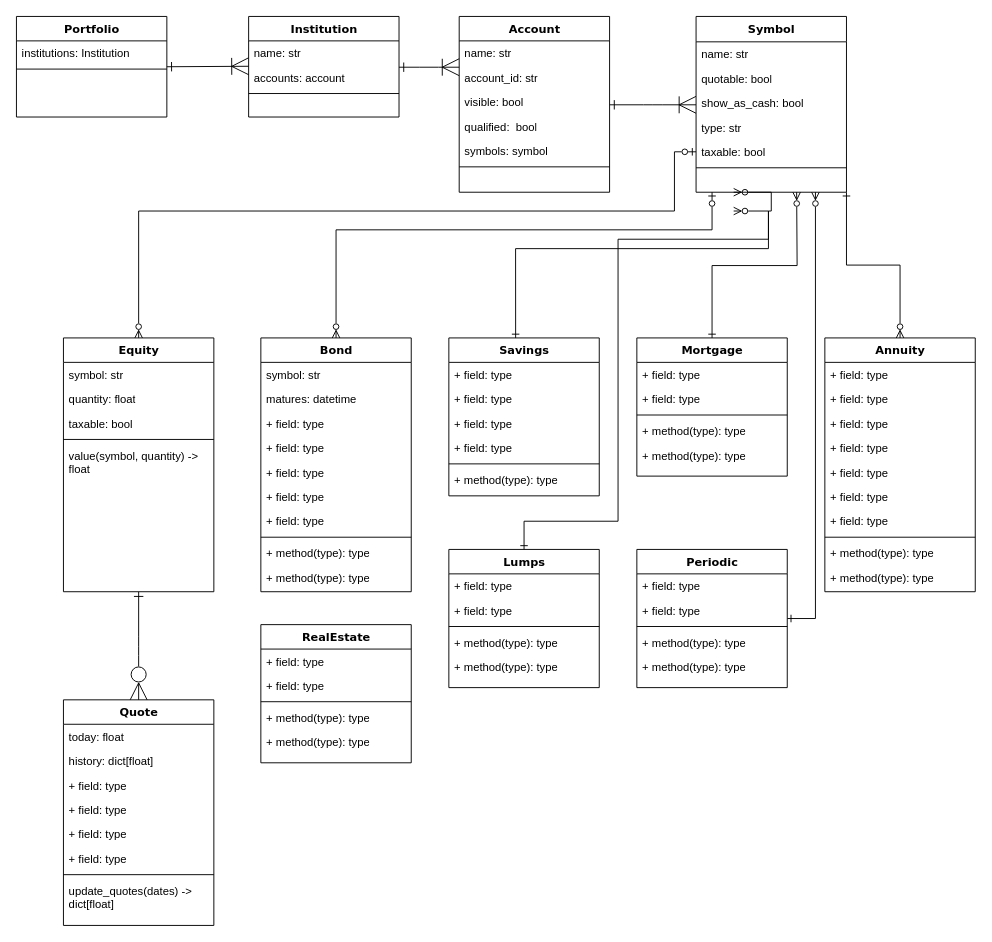
The draw.io diagram Documentation/DataModel.drawio in labroid/retirement_planner, before the edit. Source tidied: cells renumbered, new cells numbered last; positions are measured from the earlier drawing's top-left corner, leaving out a move shared by most shapes. Both pictures are drawn from the tidied source at 94%, with x=0, y=0 at pixel (16, 16).
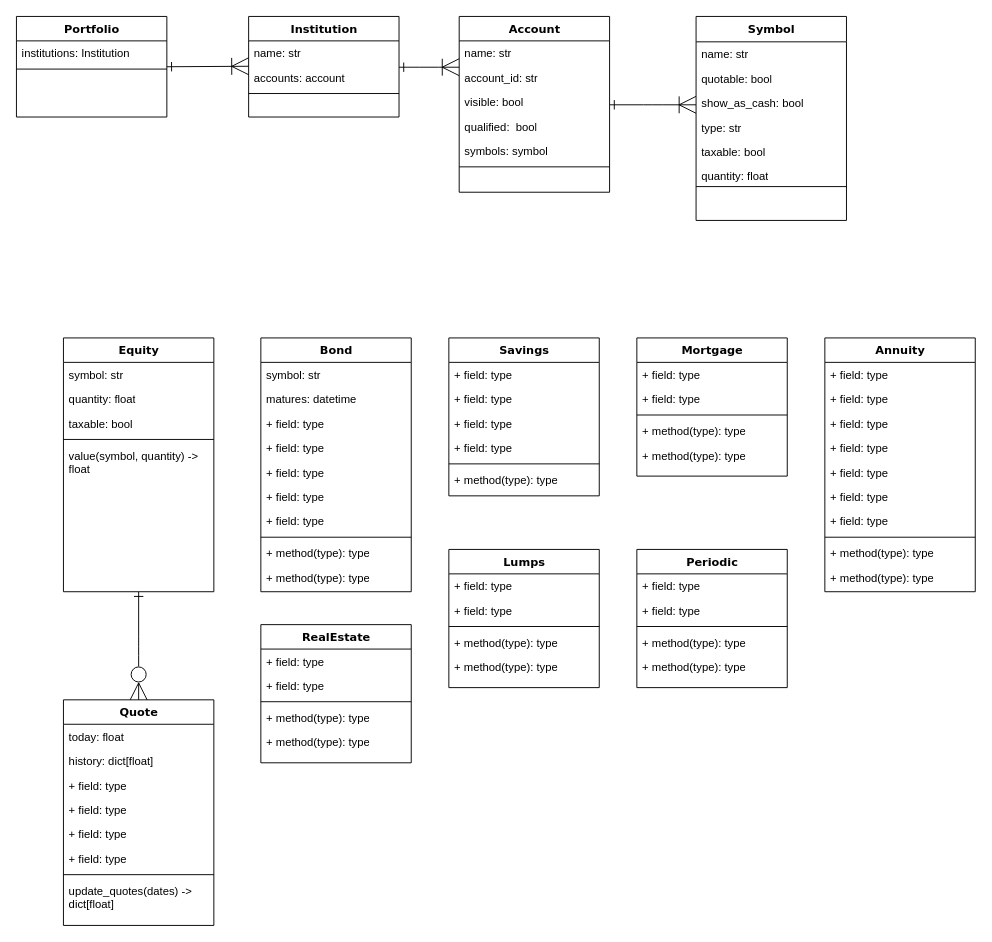
The same diagram, later.

The change refers to these unchanged cells:
```xml
<mxCell id="20" value="taxable: bool" style="text;html=1;strokeColor=none;fillColor=none;align=left;verticalAlign=top;spacingLeft=4;spacingRight=4;whiteSpace=wrap;overflow=hidden;points=[[0,0.5],[1,0.5]];portConstraint=eastwest;" parent="15" vertex="1">
  <mxGeometry y="131" width="160" height="26" as="geometry" />
</mxCell>
<mxCell id="33" value="Equity" style="swimlane;html=1;fontStyle=1;align=center;verticalAlign=top;horizontal=1;startSize=26;swimlaneFillColor=#ffffff;rounded=0;shadow=0;comic=0;labelBackgroundColor=none;strokeWidth=1;fillColor=none;fontFamily=Verdana;fontSize=12;" parent="1" vertex="1">
  <mxGeometry x="50" y="342" width="160" height="270" as="geometry" />
</mxCell>
<mxCell id="40" value="Savings" style="swimlane;html=1;fontStyle=1;align=center;verticalAlign=top;horizontal=1;startSize=26;swimlaneFillColor=#ffffff;rounded=0;shadow=0;comic=0;labelBackgroundColor=none;strokeWidth=1;fillColor=none;fontFamily=Verdana;fontSize=12;" parent="1" vertex="1">
  <mxGeometry x="460" y="342" width="160" height="168" as="geometry" />
</mxCell>
<mxCell id="48" value="Mortgage" style="swimlane;html=1;fontStyle=1;align=center;verticalAlign=top;horizontal=1;startSize=26;swimlaneFillColor=#ffffff;rounded=0;shadow=0;comic=0;labelBackgroundColor=none;strokeWidth=1;fillColor=none;fontFamily=Verdana;fontSize=12;" parent="1" vertex="1">
  <mxGeometry x="660" y="342" width="160" height="147" as="geometry" />
</mxCell>
<mxCell id="59" value="Annuity" style="swimlane;html=1;fontStyle=1;align=center;verticalAlign=top;horizontal=1;startSize=26;swimlaneFillColor=#ffffff;rounded=0;shadow=0;comic=0;labelBackgroundColor=none;strokeWidth=1;fillColor=none;fontFamily=Verdana;fontSize=12;" parent="1" vertex="1">
  <mxGeometry x="860" y="342" width="160" height="270" as="geometry" />
</mxCell>
<mxCell id="70" value="Lumps" style="swimlane;html=1;fontStyle=1;align=center;verticalAlign=top;horizontal=1;startSize=26;swimlaneFillColor=#ffffff;rounded=0;shadow=0;comic=0;labelBackgroundColor=none;strokeWidth=1;fillColor=none;fontFamily=Verdana;fontSize=12;" parent="1" vertex="1">
  <mxGeometry x="460" y="567" width="160" height="147" as="geometry" />
</mxCell>
<mxCell id="77" value="Periodic" style="swimlane;html=1;fontStyle=1;align=center;verticalAlign=top;horizontal=1;startSize=26;swimlaneFillColor=#ffffff;rounded=0;shadow=0;comic=0;labelBackgroundColor=none;strokeWidth=1;fillColor=none;fontFamily=Verdana;fontSize=12;" parent="1" vertex="1">
  <mxGeometry x="660" y="567" width="160" height="147" as="geometry" />
</mxCell>
<mxCell id="85" value="Bond" style="swimlane;html=1;fontStyle=1;align=center;verticalAlign=top;horizontal=1;startSize=26;swimlaneFillColor=#ffffff;rounded=0;shadow=0;comic=0;labelBackgroundColor=none;strokeWidth=1;fillColor=none;fontFamily=Verdana;fontSize=12;" parent="1" vertex="1">
  <mxGeometry x="260" y="342" width="160" height="270" as="geometry" />
</mxCell>
```

What changed in the source:
```diff
@@
-    <mxCell id="14" style="edgeStyle=orthogonalEdgeStyle;rounded=0;jettySize=auto;html=1;entryX=0.5;entryY=0;entryDx=0;entryDy=0;startArrow=ERone;startFill=0;endArrow=ERzeroToMany;endFill=0;exitX=1;exitY=1;exitDx=0;exitDy=0;" parent="1" edge="1" source="15" target="59">
-      <mxGeometry relative="1" as="geometry" />
-    </mxCell>
     <mxCell id="15" value="Symbol" style="swimlane;html=1;fontStyle=1;align=center;verticalAlign=top;horizontal=1;startSize=27;swimlaneFillColor=#ffffff;rounded=0;shadow=0;comic=0;labelBackgroundColor=none;strokeWidth=1;fillColor=none;fontFamily=Verdana;fontSize=12;" parent="1" vertex="1">
-      <mxGeometry x="723" width="160" height="187" as="geometry" />
+      <mxGeometry x="723" width="160" height="217" as="geometry" />
     </mxCell>
@@
-    <mxCell id="21" style="line;html=1;strokeWidth=1;fillColor=none;align=left;verticalAlign=middle;spacingTop=-1;spacingLeft=3;spacingRight=3;labelPosition=right;" parent="15" vertex="1">
-      <mxGeometry y="157" width="160" height="8" as="geometry" />
-    </mxCell>
+    <mxCell id="102" value="quantity: float" style="text;html=1;strokeColor=none;fillColor=none;align=left;verticalAlign=top;spacingLeft=4;spacingRight=4;whiteSpace=wrap;overflow=hidden;" parent="15" vertex="1">
+      <mxGeometry y="157" width="160" height="26" as="geometry" />
+    </mxCell>
@@
-    <mxCell id="32" style="edgeStyle=orthogonalEdgeStyle;rounded=0;jettySize=auto;html=1;entryX=0;entryY=0.5;entryDx=0;entryDy=0;startArrow=ERzeroToMany;startFill=0;endArrow=ERzeroToOne;endFill=0;" parent="1" edge="1" source="33" target="20">
-      <mxGeometry relative="1" as="geometry">
-        <Array as="points">
-          <mxPoint x="130" y="207" />
-          <mxPoint x="700" y="207" />
-          <mxPoint x="700" y="144" />
-        </Array>
-      </mxGeometry>
-    </mxCell>
@@
-    <mxCell id="39" style="edgeStyle=orthogonalEdgeStyle;rounded=0;jettySize=auto;html=1;startArrow=ERone;startFill=0;endArrow=ERzeroToMany;endFill=0;exitX=0.444;exitY=0;exitDx=0;exitDy=0;exitPerimeter=0;entryX=0.25;entryY=1;entryDx=0;entryDy=0;" parent="1" edge="1" source="40" target="15">
-      <mxGeometry relative="1" as="geometry">
-        <Array as="points">
-          <mxPoint x="531" y="247" />
-          <mxPoint x="800" y="247" />
-          <mxPoint x="800" y="207" />
-          <mxPoint x="803" y="207" />
-          <mxPoint x="803" y="187" />
-        </Array>
-      </mxGeometry>
-    </mxCell>
@@
-    <mxCell id="47" style="edgeStyle=orthogonalEdgeStyle;rounded=0;jettySize=auto;html=1;startArrow=ERone;startFill=0;endArrow=ERzeroToMany;endFill=0;exitX=0.5;exitY=0;exitDx=0;exitDy=0;" parent="1" edge="1" source="48">
-      <mxGeometry relative="1" as="geometry">
-        <mxPoint x="830" y="187" as="targetPoint" />
-      </mxGeometry>
-    </mxCell>
@@
-    <mxCell id="76" style="edgeStyle=orthogonalEdgeStyle;rounded=0;jettySize=auto;html=1;startArrow=ERone;startFill=0;endArrow=ERzeroToMany;endFill=0;" parent="1" edge="1" source="77">
-      <mxGeometry relative="1" as="geometry">
-        <mxPoint x="850" y="187" as="targetPoint" />
-        <Array as="points">
-          <mxPoint x="850" y="641" />
-        </Array>
-      </mxGeometry>
-    </mxCell>
@@
-    <mxCell id="83" style="edgeStyle=orthogonalEdgeStyle;rounded=0;jettySize=auto;html=1;startArrow=ERone;startFill=0;endArrow=ERzeroToMany;endFill=0;exitX=0.5;exitY=0;exitDx=0;exitDy=0;" parent="1" edge="1" source="70">
-      <mxGeometry relative="1" as="geometry">
-        <mxPoint x="763" y="207" as="targetPoint" />
-        <Array as="points">
-          <mxPoint x="540" y="537" />
-          <mxPoint x="640" y="537" />
-          <mxPoint x="640" y="237" />
-          <mxPoint x="800" y="237" />
-          <mxPoint x="800" y="207" />
-        </Array>
-      </mxGeometry>
-    </mxCell>
-    <mxCell id="84" style="edgeStyle=orthogonalEdgeStyle;rounded=0;jettySize=auto;html=1;startArrow=ERzeroToMany;startFill=0;endArrow=ERzeroToOne;endFill=0;exitX=0.5;exitY=0;exitDx=0;exitDy=0;" parent="1" edge="1" source="85">
-      <mxGeometry relative="1" as="geometry">
-        <mxPoint x="740" y="187" as="targetPoint" />
-        <Array as="points">
-          <mxPoint x="340" y="227" />
-          <mxPoint x="740" y="227" />
-        </Array>
-      </mxGeometry>
-    </mxCell>
@@
+    <mxCell id="21" style="line;html=1;strokeWidth=1;fillColor=none;align=left;verticalAlign=middle;spacingTop=-1;spacingLeft=3;spacingRight=3;labelPosition=right;" parent="1" vertex="1">
+      <mxGeometry x="723" y="177" width="160" height="8" as="geometry" />
+    </mxCell>
```
